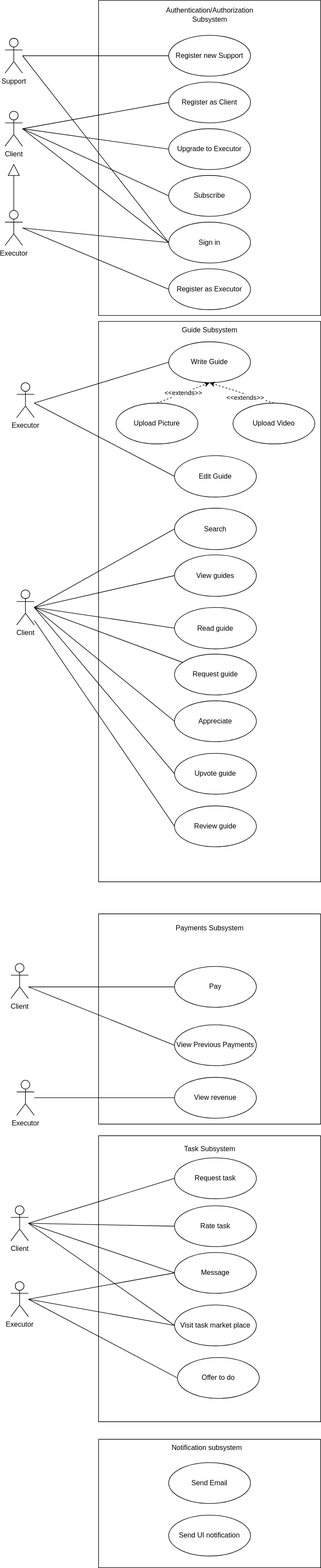
Before: docs/assets/use-cases.svg, a diagram exported from draw.io (teboho/how-to). Source tidied: cells renumbered, new cells last; positions are measured from the earlier drawing's top-left corner, leaving out a move shared by most shapes.
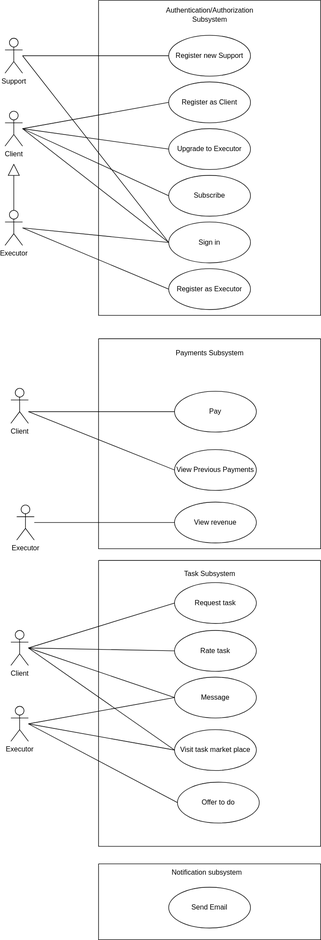
After the change.

What changed in the source:
```diff
@@ -3,7 +3,7 @@
     <mxCell id="0" />
     <mxCell id="1" parent="0" />
     <mxCell id="2" style="swimlane;startSize=0;" parent="1" vertex="1">
-      <mxGeometry x="160" width="380" height="540" as="geometry" />
+      <mxGeometry x="160" y="985" width="380" height="540" as="geometry" />
     </mxCell>
     <mxCell id="3" value="Authentication/Authorization&lt;div&gt;Subsystem&lt;/div&gt;" style="text;html=1;align=center;verticalAlign=middle;strokeColor=none;fillColor=none;" parent="2" vertex="1">
       <mxGeometry x="105" y="5" width="170" height="40" as="geometry" />
@@ -28,160 +28,56 @@
     </mxCell>
     <mxCell id="10" style="rounded=0;jettySize=auto;html=1;entryX=0;entryY=0.5;entryDx=0;entryDy=0;endArrow=none;endFill=0;" parent="1" edge="1" target="6">
       <mxGeometry relative="1" as="geometry">
-        <mxPoint x="30" y="220" as="sourcePoint" />
+        <mxPoint x="30" y="1205" as="sourcePoint" />
       </mxGeometry>
     </mxCell>
     <mxCell id="11" style="rounded=0;jettySize=auto;html=1;entryX=0;entryY=0.5;entryDx=0;entryDy=0;endArrow=none;endFill=0;" parent="1" edge="1" target="5">
       <mxGeometry relative="1" as="geometry">
-        <mxPoint x="30" y="220" as="sourcePoint" />
+        <mxPoint x="30" y="1205" as="sourcePoint" />
       </mxGeometry>
     </mxCell>
     <mxCell id="12" style="rounded=0;jettySize=auto;html=1;entryX=0;entryY=0.5;entryDx=0;entryDy=0;endArrow=none;endFill=0;" parent="1" edge="1" target="7">
       <mxGeometry relative="1" as="geometry">
-        <mxPoint x="30" y="220" as="sourcePoint" />
+        <mxPoint x="30" y="1205" as="sourcePoint" />
       </mxGeometry>
     </mxCell>
     <mxCell id="13" style="rounded=0;jettySize=auto;html=1;entryX=0;entryY=0.5;entryDx=0;entryDy=0;endArrow=none;endFill=0;" parent="1" edge="1" target="8">
       <mxGeometry relative="1" as="geometry">
-        <mxPoint x="30" y="220" as="sourcePoint" />
+        <mxPoint x="30" y="1205" as="sourcePoint" />
       </mxGeometry>
     </mxCell>
     <mxCell id="14" value="Client" style="shape=umlActor;html=1;verticalLabelPosition=bottom;verticalAlign=top;align=center;" parent="1" vertex="1">
-      <mxGeometry y="190" width="30" height="60" as="geometry" />
+      <mxGeometry y="1175" width="30" height="60" as="geometry" />
     </mxCell>
     <mxCell id="15" style="rounded=0;jettySize=auto;html=1;entryX=0;entryY=0.5;entryDx=0;entryDy=0;endArrow=none;endFill=0;" parent="1" edge="1" source="17" target="4">
       <mxGeometry relative="1" as="geometry" />
     </mxCell>
     <mxCell id="16" style="rounded=0;jettySize=auto;html=1;entryX=0;entryY=0.5;entryDx=0;entryDy=0;endArrow=none;endFill=0;" parent="1" edge="1" target="5">
       <mxGeometry relative="1" as="geometry">
-        <mxPoint x="30" y="95" as="sourcePoint" />
+        <mxPoint x="30" y="1080" as="sourcePoint" />
       </mxGeometry>
     </mxCell>
     <mxCell id="17" value="Support" style="shape=umlActor;html=1;verticalLabelPosition=bottom;verticalAlign=top;align=center;" parent="1" vertex="1">
-      <mxGeometry y="65" width="30" height="60" as="geometry" />
+      <mxGeometry y="1050" width="30" height="60" as="geometry" />
     </mxCell>
     <mxCell id="18" style="rounded=0;jettySize=auto;html=1;entryX=0;entryY=0.5;entryDx=0;entryDy=0;endArrow=none;endFill=0;" parent="1" edge="1" target="5">
       <mxGeometry relative="1" as="geometry">
-        <mxPoint x="30" y="390" as="sourcePoint" />
+        <mxPoint x="30" y="1375" as="sourcePoint" />
       </mxGeometry>
     </mxCell>
     <mxCell id="19" style="edgeStyle=orthogonalEdgeStyle;rounded=0;jettySize=auto;html=1;endArrow=block;endFill=0;endSize=18;jumpStyle=gap;" parent="1" edge="1" source="21">
       <mxGeometry relative="1" as="geometry">
-        <mxPoint x="15" y="280" as="targetPoint" />
+        <mxPoint x="15" y="1265" as="targetPoint" />
       </mxGeometry>
     </mxCell>
     <mxCell id="20" style="rounded=0;jettySize=auto;html=1;entryX=0;entryY=0.5;entryDx=0;entryDy=0;endArrow=none;endFill=0;" parent="1" edge="1" target="9">
       <mxGeometry relative="1" as="geometry">
-        <mxPoint x="30" y="390" as="sourcePoint" />
+        <mxPoint x="30" y="1375" as="sourcePoint" />
       </mxGeometry>
     </mxCell>
     <mxCell id="21" value="Executor" style="shape=umlActor;html=1;verticalLabelPosition=bottom;verticalAlign=top;align=center;" parent="1" vertex="1">
-      <mxGeometry y="360" width="30" height="60" as="geometry" />
+      <mxGeometry y="1345" width="30" height="60" as="geometry" />
     </mxCell>
-    <mxCell id="22" style="swimlane;startSize=0;" parent="1" vertex="1">
-      <mxGeometry x="160" y="550" width="380" height="960" as="geometry" />
-    </mxCell>
-    <mxCell id="23" value="Write Guide" style="ellipse;whiteSpace=wrap;html=1;" parent="22" vertex="1">
-      <mxGeometry x="120" y="35" width="140" height="70" as="geometry" />
-    </mxCell>
-    <mxCell id="24" style="rounded=0;jettySize=auto;html=1;exitX=0.5;exitY=0;exitDx=0;exitDy=0;entryX=0.5;entryY=1;entryDx=0;entryDy=0;dashed=1;" parent="22" edge="1" source="26" target="23">
-      <mxGeometry relative="1" as="geometry" />
-    </mxCell>
-    <mxCell id="25" value="&amp;lt;&amp;lt;extends&amp;gt;&amp;gt;" style="edgeLabel;html=1;align=center;verticalAlign=middle;" parent="24" vertex="1">
-      <mxGeometry x="-0.02" y="-1" relative="1" as="geometry">
-        <mxPoint y="-1" as="offset" />
-      </mxGeometry>
-    </mxCell>
-    <mxCell id="26" value="Upload Picture" style="ellipse;whiteSpace=wrap;html=1;" parent="22" vertex="1">
-      <mxGeometry x="30" y="140" width="140" height="70" as="geometry" />
-    </mxCell>
-    <mxCell id="27" style="rounded=0;jettySize=auto;html=1;exitX=0.5;exitY=0;exitDx=0;exitDy=0;entryX=0.5;entryY=1;entryDx=0;entryDy=0;dashed=1;" parent="22" edge="1" source="29" target="23">
-      <mxGeometry relative="1" as="geometry" />
-    </mxCell>
-    <mxCell id="28" value="&amp;lt;&amp;lt;extends&amp;gt;&amp;gt;" style="edgeLabel;html=1;align=center;verticalAlign=middle;" parent="27" vertex="1">
-      <mxGeometry x="0.21" relative="1" as="geometry">
-        <mxPoint x="17" y="12" as="offset" />
-      </mxGeometry>
-    </mxCell>
-    <mxCell id="29" value="Upload Video" style="ellipse;whiteSpace=wrap;html=1;" parent="22" vertex="1">
-      <mxGeometry x="230" y="140" width="140" height="70" as="geometry" />
-    </mxCell>
-    <mxCell id="30" value="Appreciate" style="ellipse;whiteSpace=wrap;html=1;" parent="22" vertex="1">
-      <mxGeometry x="130" y="650" width="140" height="70" as="geometry" />
-    </mxCell>
-    <mxCell id="31" value="Request guide" style="ellipse;whiteSpace=wrap;html=1;" parent="22" vertex="1">
-      <mxGeometry x="130" y="570" width="140" height="70" as="geometry" />
-    </mxCell>
-    <mxCell id="32" value="Read guide" style="ellipse;whiteSpace=wrap;html=1;" parent="22" vertex="1">
-      <mxGeometry x="130" y="490" width="140" height="71" as="geometry" />
-    </mxCell>
-    <mxCell id="33" value="View guides" style="ellipse;whiteSpace=wrap;html=1;" parent="22" vertex="1">
-      <mxGeometry x="130" y="400" width="140" height="71" as="geometry" />
-    </mxCell>
-    <mxCell id="34" value="Guide Subsystem" style="text;html=1;align=center;verticalAlign=middle;strokeColor=none;fillColor=none;" parent="22" vertex="1">
-      <mxGeometry x="130" width="120" height="30" as="geometry" />
-    </mxCell>
-    <mxCell id="35" value="Search" style="ellipse;whiteSpace=wrap;html=1;" parent="22" vertex="1">
-      <mxGeometry x="130" y="320" width="140" height="71" as="geometry" />
-    </mxCell>
-    <mxCell id="36" value="Edit Guide" style="ellipse;whiteSpace=wrap;html=1;" parent="22" vertex="1">
-      <mxGeometry x="130" y="230" width="140" height="71" as="geometry" />
-    </mxCell>
-    <mxCell id="37" value="Upvote guide" style="ellipse;whiteSpace=wrap;html=1;" parent="22" vertex="1">
-      <mxGeometry x="130" y="740" width="140" height="70" as="geometry" />
-    </mxCell>
-    <mxCell id="38" value="Review guide" style="ellipse;whiteSpace=wrap;html=1;" parent="22" vertex="1">
-      <mxGeometry x="130" y="830" width="140" height="70" as="geometry" />
-    </mxCell>
-    <mxCell id="39" style="rounded=0;jettySize=auto;html=1;entryX=0;entryY=0.5;entryDx=0;entryDy=0;endArrow=none;endFill=0;" parent="1" edge="1" target="23">
-      <mxGeometry relative="1" as="geometry">
-        <mxPoint x="50" y="690" as="sourcePoint" />
-      </mxGeometry>
-    </mxCell>
-    <mxCell id="40" style="rounded=0;jettySize=auto;html=1;entryX=0;entryY=0.5;entryDx=0;entryDy=0;endArrow=none;endFill=0;" parent="1" edge="1" target="36">
-      <mxGeometry relative="1" as="geometry">
-        <mxPoint x="50" y="690" as="sourcePoint" />
-      </mxGeometry>
-    </mxCell>
-    <mxCell id="41" value="Executor" style="shape=umlActor;html=1;verticalLabelPosition=bottom;verticalAlign=top;align=center;" parent="1" vertex="1">
-      <mxGeometry x="20" y="655" width="30" height="60" as="geometry" />
-    </mxCell>
-    <mxCell id="42" style="rounded=0;jettySize=auto;html=1;entryX=0;entryY=0.5;entryDx=0;entryDy=0;endArrow=none;endFill=0;" parent="1" edge="1" target="30">
-      <mxGeometry relative="1" as="geometry">
-        <mxPoint x="50" y="1040" as="sourcePoint" />
-      </mxGeometry>
-    </mxCell>
-    <mxCell id="43" style="rounded=0;jettySize=auto;html=1;endArrow=none;endFill=0;" parent="1" edge="1" target="31">
-      <mxGeometry relative="1" as="geometry">
-        <mxPoint x="50" y="1040" as="sourcePoint" />
-      </mxGeometry>
-    </mxCell>
-    <mxCell id="44" style="rounded=0;jettySize=auto;html=1;entryX=0;entryY=0.5;entryDx=0;entryDy=0;endArrow=none;endFill=0;" parent="1" edge="1" target="32">
-      <mxGeometry relative="1" as="geometry">
-        <mxPoint x="50" y="1040" as="sourcePoint" />
-      </mxGeometry>
-    </mxCell>
-    <mxCell id="45" style="rounded=0;jettySize=auto;html=1;entryX=0;entryY=0.5;entryDx=0;entryDy=0;endArrow=none;endFill=0;" parent="1" edge="1" target="33">
-      <mxGeometry relative="1" as="geometry">
-        <mxPoint x="50" y="1040" as="sourcePoint" />
-      </mxGeometry>
-    </mxCell>
-    <mxCell id="46" style="rounded=0;jettySize=auto;html=1;entryX=0;entryY=0.5;entryDx=0;entryDy=0;endArrow=none;endFill=0;" parent="1" edge="1" target="35">
-      <mxGeometry relative="1" as="geometry">
-        <mxPoint x="50" y="1040" as="sourcePoint" />
-      </mxGeometry>
-    </mxCell>
-    <mxCell id="47" style="rounded=0;jettySize=auto;html=1;entryX=0;entryY=0.5;entryDx=0;entryDy=0;endArrow=none;endFill=0;" parent="1" edge="1" target="37">
-      <mxGeometry relative="1" as="geometry">
-        <mxPoint x="50" y="1040" as="sourcePoint" />
-      </mxGeometry>
-    </mxCell>
-    <mxCell id="48" style="rounded=0;jettySize=auto;html=1;entryX=0;entryY=0.5;entryDx=0;entryDy=0;endArrow=none;endFill=0;" parent="1" edge="1" source="49" target="38">
-      <mxGeometry relative="1" as="geometry" />
-    </mxCell>
-    <mxCell id="49" value="Client" style="shape=umlActor;html=1;verticalLabelPosition=bottom;verticalAlign=top;align=center;" parent="1" vertex="1">
-      <mxGeometry x="20" y="1010" width="30" height="60" as="geometry" />
-    </mxCell>
     <mxCell id="50" style="swimlane;startSize=0;" parent="1" vertex="1">
       <mxGeometry x="160" y="1565" width="380" height="360" as="geometry" />
     </mxCell>
@@ -194,7 +90,7 @@
     <mxCell id="53" value="View Previous Payments" style="ellipse;whiteSpace=wrap;html=1;" parent="50" vertex="1">
       <mxGeometry x="130" y="190" width="140" height="70" as="geometry" />
     </mxCell>
-    <mxCell id="54" value="View revenue" style="ellipse;whiteSpace=wrap;html=1;" parent="50" vertex="1">
+    <mxCell id="54" value="View revenue" style="ellipse;whiteSpace=wrap;html=1;fillColor=none;" parent="50" vertex="1">
       <mxGeometry x="130" y="280" width="140" height="70" as="geometry" />
     </mxCell>
     <mxCell id="55" style="rounded=0;jettySize=auto;html=1;entryX=0;entryY=0.5;entryDx=0;entryDy=0;endArrow=none;endFill=0;" parent="1" edge="1" target="52">
@@ -273,7 +169,7 @@
       <mxGeometry x="10" y="2195" width="30" height="60" as="geometry" />
     </mxCell>
     <mxCell id="74" style="swimlane;startSize=0;" parent="1" vertex="1">
-      <mxGeometry x="160" y="2465" width="380" height="220" as="geometry" />
+      <mxGeometry x="160" y="2465" width="380" height="130" as="geometry" />
     </mxCell>
     <mxCell id="75" value="Notification subsystem" style="text;html=1;align=center;verticalAlign=middle;strokeColor=none;fillColor=none;" parent="74" vertex="1">
       <mxGeometry x="115" width="140" height="30" as="geometry" />
@@ -281,9 +177,6 @@
     <mxCell id="76" value="Send Email" style="ellipse;whiteSpace=wrap;html=1;" parent="74" vertex="1">
       <mxGeometry x="120" y="40" width="140" height="70" as="geometry" />
     </mxCell>
-    <mxCell id="77" value="Send UI notification" style="ellipse;whiteSpace=wrap;html=1;" parent="74" vertex="1">
-      <mxGeometry x="120" y="130" width="140" height="70" as="geometry" />
-    </mxCell>
     <mxCell id="78" style="rounded=0;jettySize=auto;html=1;entryX=0;entryY=0.5;entryDx=0;entryDy=0;endArrow=none;endFill=0;" parent="1" edge="1" source="79" target="54">
       <mxGeometry relative="1" as="geometry" />
     </mxCell>
```
